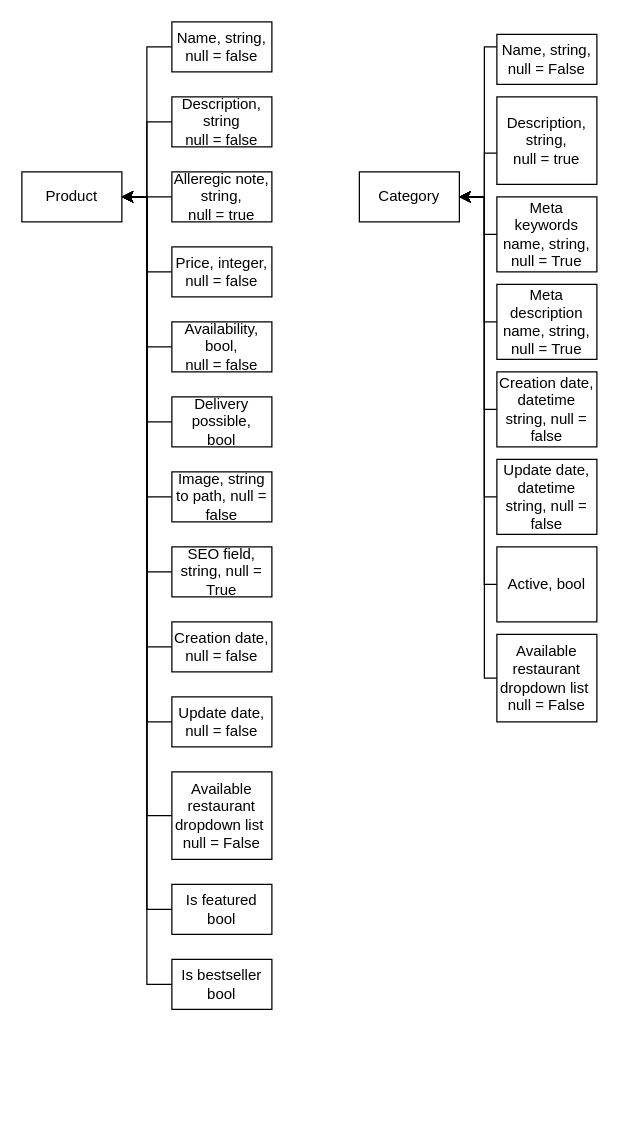
Before: Untitled Diagram.drawio in JianDk/HD_website, a draw.io diagram. Source tidied: cells renumbered, new cells numbered last; positions are measured from the earlier drawing's top-left corner, leaving out a move shared by most shapes. Both pictures are drawn from the tidied source at 125%, with x=0, y=0 at pixel (21, 21).
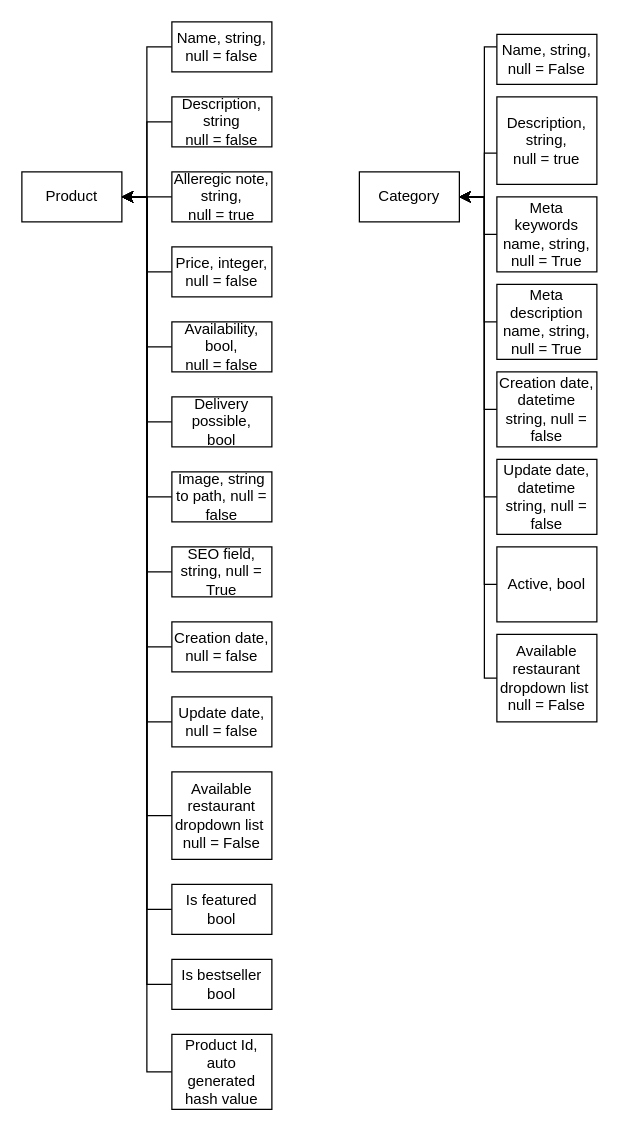
Above is the later version.

What changed in the source:
```diff
@@
+    <mxCell id="46" style="edgeStyle=orthogonalEdgeStyle;rounded=0;jettySize=auto;html=1;" parent="1" edge="1" source="47">
+      <mxGeometry relative="1" as="geometry">
+        <mxPoint x="80" y="140" as="targetPoint" />
+        <Array as="points">
+          <mxPoint x="100" y="840" />
+          <mxPoint x="100" y="140" />
+        </Array>
+      </mxGeometry>
+    </mxCell>
+    <mxCell id="47" value="Product Id, auto generated hash value" style="rounded=0;whiteSpace=wrap;html=1;" parent="1" vertex="1">
+      <mxGeometry x="120" y="810" width="80" height="60" as="geometry" />
+    </mxCell>
```
